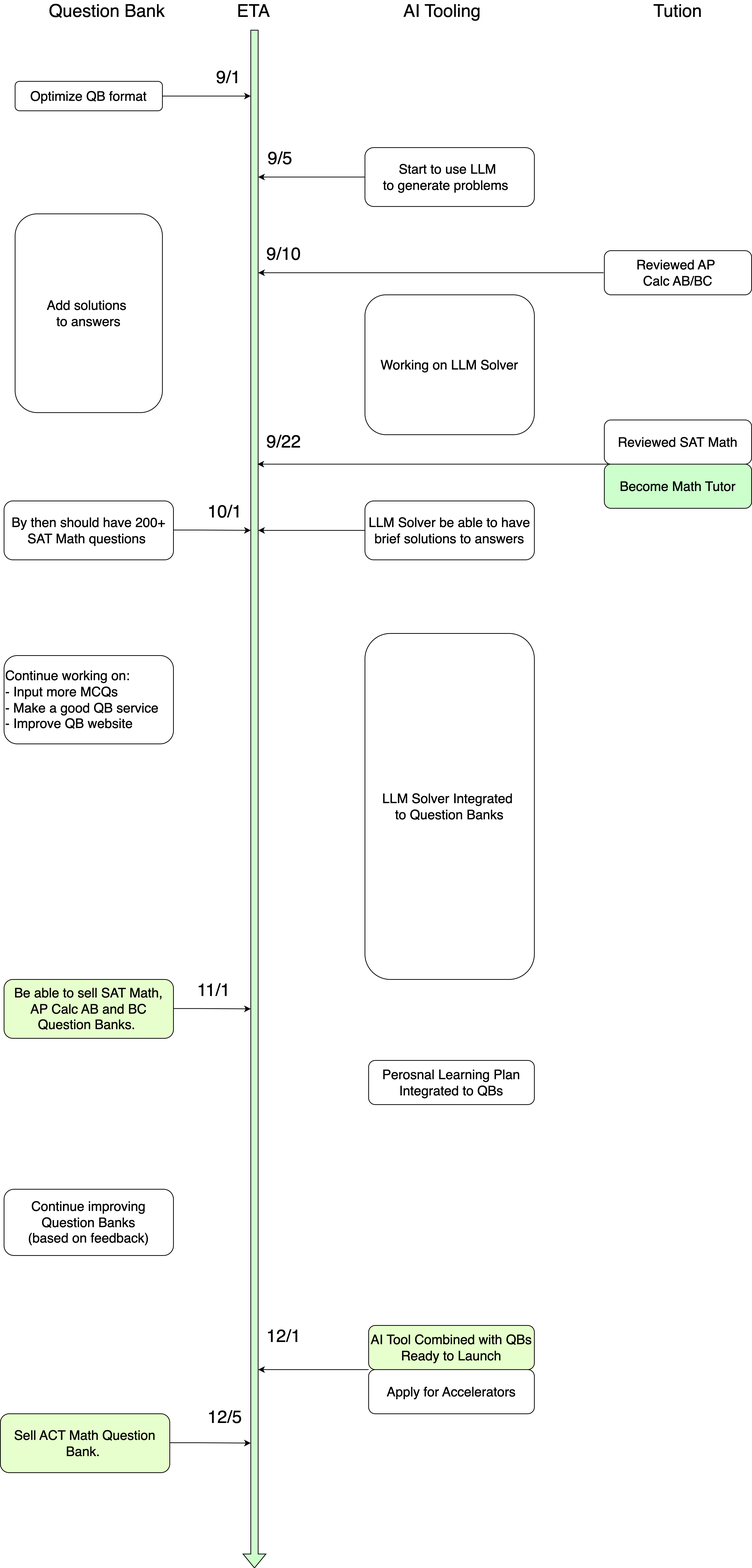
dongzhang84/AP_Calculus_BC_Question_Bank keeps this draw.io diagram as plan_timeline.png. Above is the earlier version. Source tidied: cells renumbered, new cells last; positions are measured from the earlier drawing's top-left corner, leaving out a move shared by most shapes.
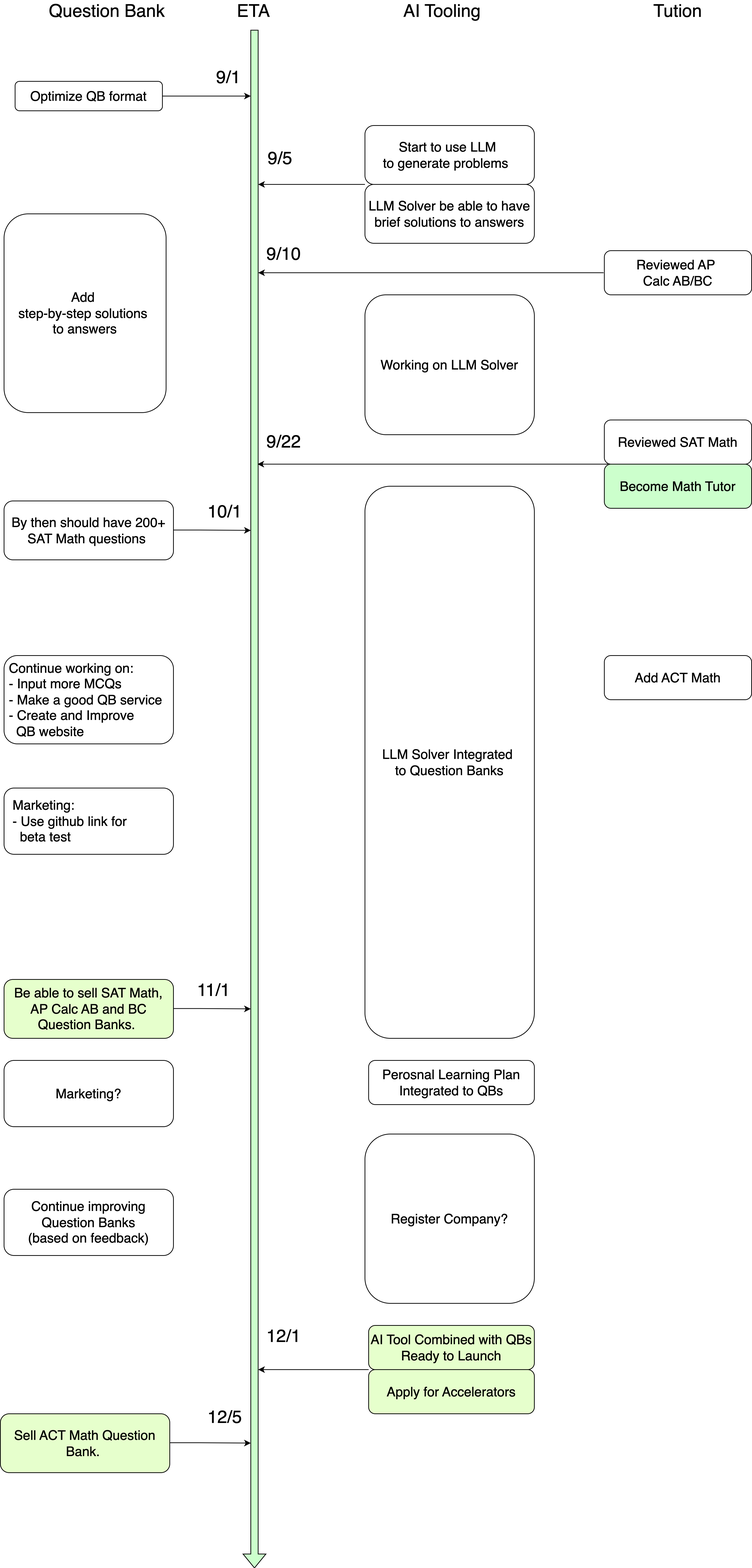
Later version of the same file.

Diff of the diagram source:
```diff
@@ -54,7 +54,7 @@
         <mxPoint x="340" y="130" as="targetPoint" />
       </mxGeometry>
     </mxCell>
-    <mxCell id="13" value="&lt;span style=&quot;font-size: 18px; background-color: initial;&quot;&gt;Continue working on:&lt;/span&gt;&lt;br&gt;&lt;span style=&quot;font-size: 18px; background-color: initial;&quot;&gt;- Input more MCQs&lt;/span&gt;&lt;br&gt;&lt;span style=&quot;font-size: 18px; background-color: initial;&quot;&gt;- Make a good QB service&lt;/span&gt;&lt;br&gt;&lt;div style=&quot;&quot;&gt;&lt;span style=&quot;font-size: 18px;&quot;&gt;- Improve QB website&lt;/span&gt;&lt;/div&gt;" style="rounded=1;whiteSpace=wrap;html=1;align=left;" parent="1" vertex="1">
+    <mxCell id="13" value="&lt;span style=&quot;font-size: 18px; background-color: initial;&quot;&gt;&amp;nbsp;Continue working on:&lt;/span&gt;&lt;br&gt;&lt;span style=&quot;font-size: 18px; background-color: initial;&quot;&gt;&amp;nbsp;- Input more MCQs&lt;/span&gt;&lt;br&gt;&lt;span style=&quot;font-size: 18px; background-color: initial;&quot;&gt;&amp;nbsp;- Make a good QB service&lt;/span&gt;&lt;br&gt;&lt;div style=&quot;&quot;&gt;&lt;span style=&quot;font-size: 18px;&quot;&gt;&amp;nbsp;- Create and Improve &lt;br&gt;&amp;nbsp; &amp;nbsp;QB website&lt;/span&gt;&lt;/div&gt;" style="rounded=1;whiteSpace=wrap;html=1;align=left;" parent="1" vertex="1">
       <mxGeometry x="5" y="890" width="230" height="120" as="geometry" />
     </mxCell>
     <mxCell id="14" value="&lt;font style=&quot;font-size: 24px;&quot;&gt;AI Tooling&lt;/font&gt;" style="text;html=1;align=center;verticalAlign=middle;whiteSpace=wrap;rounded=0;" parent="1" vertex="1">
@@ -87,16 +87,11 @@
     <mxCell id="21" value="&lt;font style=&quot;font-size: 24px;&quot;&gt;9/10&lt;/font&gt;" style="text;html=1;align=center;verticalAlign=middle;whiteSpace=wrap;rounded=0;" parent="1" vertex="1">
       <mxGeometry x="350" y="330" width="70" height="30" as="geometry" />
     </mxCell>
-    <mxCell id="22" style="edgeStyle=orthogonalEdgeStyle;rounded=0;jettySize=auto;html=1;" parent="1" edge="1" source="23">
-      <mxGeometry relative="1" as="geometry">
-        <mxPoint x="350" y="240" as="targetPoint" />
-      </mxGeometry>
-    </mxCell>
     <mxCell id="23" value="&lt;span style=&quot;font-size: 18px;&quot;&gt;Start to use&amp;nbsp;&lt;/span&gt;&lt;span style=&quot;background-color: initial; font-size: 18px;&quot;&gt;LLM&amp;nbsp;&lt;/span&gt;&lt;div&gt;&lt;span style=&quot;background-color: initial; font-size: 18px;&quot;&gt;to generate problems&amp;nbsp;&amp;nbsp;&lt;/span&gt;&lt;/div&gt;" style="rounded=1;whiteSpace=wrap;html=1;align=center;" parent="1" vertex="1">
-      <mxGeometry x="495" y="200" width="230" height="80" as="geometry" />
+      <mxGeometry x="495" y="170" width="230" height="80" as="geometry" />
     </mxCell>
-    <mxCell id="24" value="&lt;span style=&quot;font-size: 18px;&quot;&gt;Add solutions&amp;nbsp;&lt;/span&gt;&lt;div&gt;&lt;span style=&quot;font-size: 18px;&quot;&gt;to answers&lt;/span&gt;&lt;/div&gt;" style="rounded=1;whiteSpace=wrap;html=1;" parent="1" vertex="1">
-      <mxGeometry x="20" y="290" width="200" height="270" as="geometry" />
+    <mxCell id="24" value="&lt;span style=&quot;font-size: 18px;&quot;&gt;Add&amp;nbsp;&lt;/span&gt;&lt;div&gt;&lt;span style=&quot;font-size: 18px;&quot;&gt;step-by-step solutions&amp;nbsp;&lt;/span&gt;&lt;div&gt;&lt;span style=&quot;font-size: 18px;&quot;&gt;to answers&lt;/span&gt;&lt;/div&gt;&lt;/div&gt;" style="rounded=1;whiteSpace=wrap;html=1;" parent="1" vertex="1">
+      <mxGeometry x="5" y="290" width="220" height="270" as="geometry" />
     </mxCell>
     <mxCell id="25" value="&lt;font style=&quot;font-size: 24px;&quot;&gt;Tution&lt;/font&gt;" style="text;html=1;align=center;verticalAlign=middle;whiteSpace=wrap;rounded=0;" parent="1" vertex="1">
       <mxGeometry x="830" width="180" height="30" as="geometry" />
@@ -110,13 +105,8 @@
     <mxCell id="28" value="&lt;span style=&quot;font-size: 24px;&quot;&gt;ETA&lt;/span&gt;" style="text;html=1;align=center;verticalAlign=middle;whiteSpace=wrap;rounded=0;" parent="1" vertex="1">
       <mxGeometry x="299" width="90" height="30" as="geometry" />
     </mxCell>
-    <mxCell id="29" style="edgeStyle=orthogonalEdgeStyle;rounded=0;jettySize=auto;html=1;" parent="1" edge="1" source="30">
-      <mxGeometry relative="1" as="geometry">
-        <mxPoint x="350" y="720" as="targetPoint" />
-      </mxGeometry>
-    </mxCell>
     <mxCell id="30" value="&lt;span style=&quot;font-size: 18px;&quot;&gt;LLM Solver be able to have brief solutions to answers&lt;/span&gt;" style="rounded=1;whiteSpace=wrap;html=1;align=center;" parent="1" vertex="1">
-      <mxGeometry x="495" y="680" width="230" height="80" as="geometry" />
+      <mxGeometry x="495" y="250" width="230" height="80" as="geometry" />
     </mxCell>
     <mxCell id="31" value="&lt;span style=&quot;font-size: 18px;&quot;&gt;Continue improving Question Banks &lt;br&gt;(based on feedback)&lt;/span&gt;" style="rounded=1;whiteSpace=wrap;html=1;align=center;" parent="1" vertex="1">
       <mxGeometry x="5" y="1615" width="230" height="90" as="geometry" />
@@ -125,9 +115,9 @@
       <mxGeometry x="350" y="1800" width="70" height="30" as="geometry" />
     </mxCell>
     <mxCell id="33" value="&lt;div&gt;&lt;span style=&quot;font-size: 18px;&quot;&gt;LLM Solver Integrated&amp;nbsp;&lt;/span&gt;&lt;/div&gt;&lt;div&gt;&lt;span style=&quot;font-size: 18px;&quot;&gt;to Question Banks&lt;/span&gt;&lt;/div&gt;" style="rounded=1;whiteSpace=wrap;html=1;align=center;" parent="1" vertex="1">
-      <mxGeometry x="495" y="860" width="230" height="470" as="geometry" />
+      <mxGeometry x="495" y="660" width="230" height="750" as="geometry" />
     </mxCell>
-    <mxCell id="34" value="&lt;span style=&quot;font-size: 18px;&quot;&gt;Apply for Accelerators&lt;/span&gt;" style="rounded=1;whiteSpace=wrap;html=1;align=center;" parent="1" vertex="1">
+    <mxCell id="34" value="&lt;span style=&quot;font-size: 18px;&quot;&gt;Apply for Accelerators&lt;/span&gt;" style="rounded=1;whiteSpace=wrap;html=1;align=center;fillColor=#E6FFCC;" parent="1" vertex="1">
       <mxGeometry x="500" y="1860" width="225" height="60" as="geometry" />
     </mxCell>
     <mxCell id="35" style="endArrow=classic;html=1;rounded=0;exitX=0;exitY=1;exitDx=0;exitDy=0;" parent="1" edge="1" source="37">
@@ -157,5 +147,22 @@
     <mxCell id="40" value="&lt;font style=&quot;font-size: 24px;&quot;&gt;12/5&lt;/font&gt;" style="text;html=1;align=center;verticalAlign=middle;whiteSpace=wrap;rounded=0;" parent="1" vertex="1">
       <mxGeometry x="270" y="1910" width="70" height="30" as="geometry" />
     </mxCell>
+    <mxCell id="41" value="&lt;font style=&quot;font-size: 18px;&quot;&gt;Marketing?&lt;/font&gt;" style="rounded=1;whiteSpace=wrap;html=1;align=center;" parent="1" vertex="1">
+      <mxGeometry x="5" y="1440" width="230" height="90" as="geometry" />
+    </mxCell>
+    <mxCell id="42" value="&lt;font style=&quot;font-size: 18px;&quot;&gt;&amp;nbsp; Marketing:&lt;/font&gt;&lt;div&gt;&lt;font style=&quot;font-size: 18px;&quot;&gt;&amp;nbsp; - Use github link for &lt;br&gt;&amp;nbsp; &amp;nbsp; beta test&lt;/font&gt;&lt;/div&gt;" style="rounded=1;whiteSpace=wrap;html=1;align=left;" parent="1" vertex="1">
+      <mxGeometry x="5" y="1070" width="230" height="90" as="geometry" />
+    </mxCell>
+    <mxCell id="43" value="&lt;div&gt;&lt;span style=&quot;font-size: 18px;&quot;&gt;Add ACT Math&lt;/span&gt;&lt;/div&gt;" style="rounded=1;whiteSpace=wrap;html=1;align=center;" parent="1" vertex="1">
+      <mxGeometry x="820" y="890" width="200" height="60" as="geometry" />
+    </mxCell>
+    <mxCell id="44" style="endArrow=classic;html=1;rounded=0;exitX=0;exitY=1;exitDx=0;exitDy=0;" parent="1" edge="1" source="23">
+      <mxGeometry relative="1" as="geometry">
+        <mxPoint x="350" y="250" as="targetPoint" />
+      </mxGeometry>
+    </mxCell>
+    <mxCell id="45" value="&lt;div&gt;&lt;span style=&quot;font-size: 18px;&quot;&gt;Register Company?&lt;/span&gt;&lt;/div&gt;" style="rounded=1;whiteSpace=wrap;html=1;align=center;" parent="1" vertex="1">
+      <mxGeometry x="495" y="1540" width="230" height="230" as="geometry" />
+    </mxCell>
   </root>
 </mxGraphModel>
```
